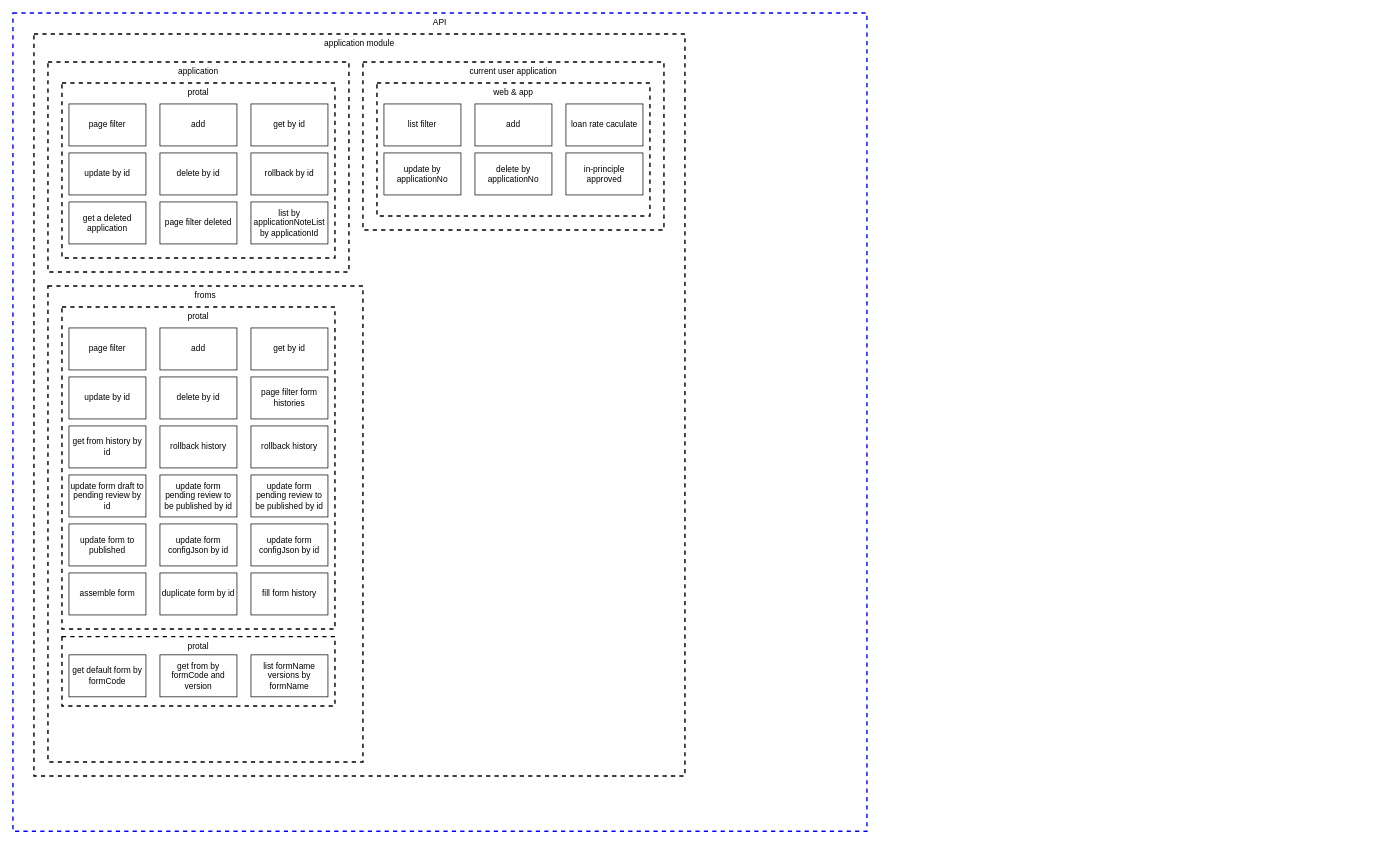
Earlier version of the draw.io diagram user/ocmb-api-classification.drawio (jiangwu85/cloud-config-samples). Source tidied: cells renumbered, new cells numbered last; positions are measured from the earlier drawing's top-left corner, leaving out a move shared by most shapes. Both pictures are drawn from the tidied source at 70%, with x=0, y=0 at pixel (13, 13).
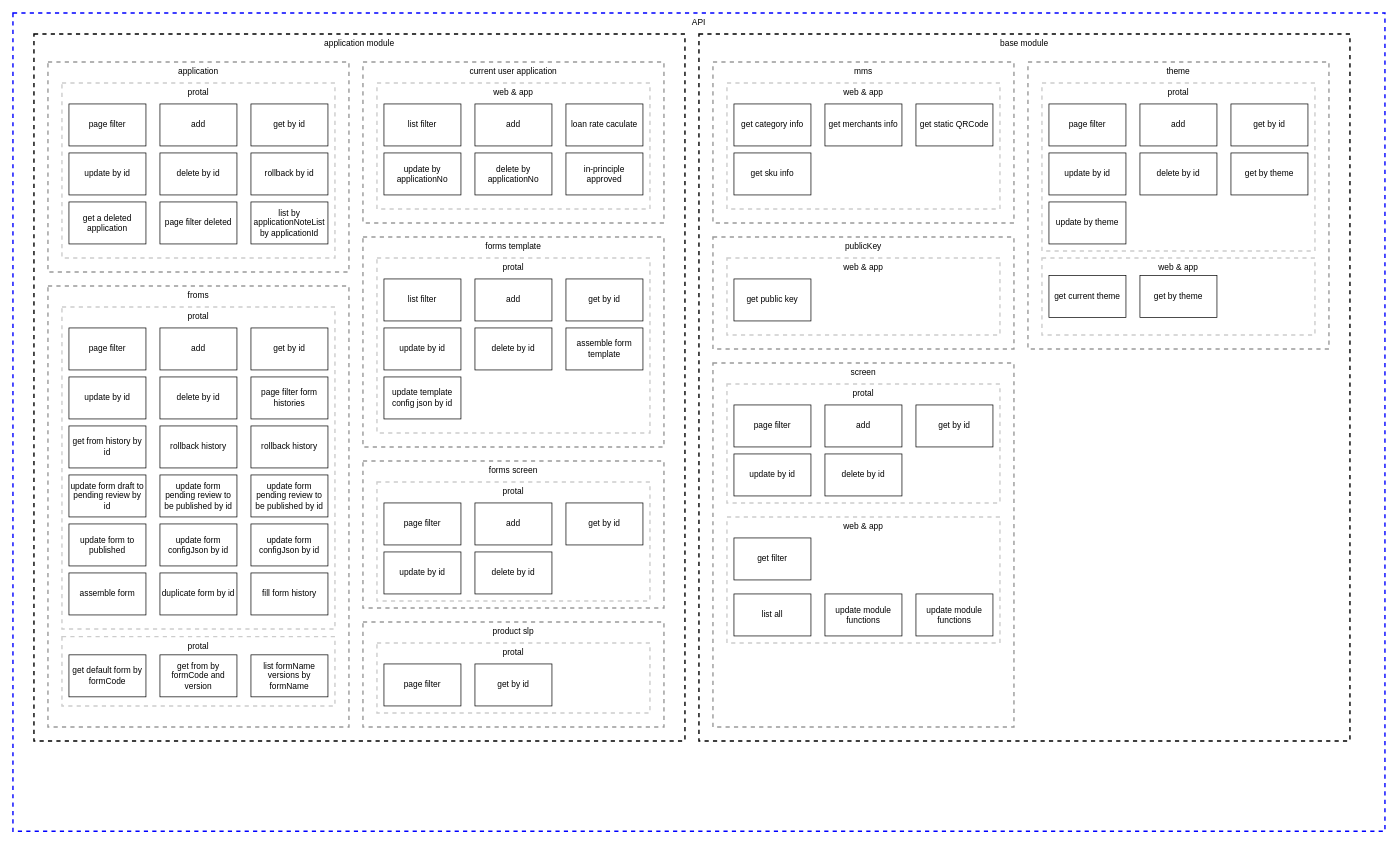
The same diagram, later.

Change to the diagram source:
```diff
@@
     <mxCell id="2" value="&lt;span style=&quot;font-weight: 400;&quot;&gt;API&lt;/span&gt;" style="rounded=0;whiteSpace=wrap;html=1;dashed=1;strokeWidth=2;fillColor=none;verticalAlign=top;fontStyle=1;strokeColor=#0000FF;" parent="1" vertex="1">
-      <mxGeometry width="1220" height="1169" as="geometry" />
+      <mxGeometry width="1960" height="1169" as="geometry" />
     </mxCell>
     <mxCell id="3" value="&lt;span style=&quot;font-weight: 400;&quot;&gt;application&amp;nbsp;module&lt;/span&gt;" style="rounded=0;whiteSpace=wrap;html=1;dashed=1;strokeWidth=2;fillColor=none;verticalAlign=top;fontStyle=1;" parent="1" vertex="1">
-      <mxGeometry x="30" y="30" width="930" height="1060" as="geometry" />
+      <mxGeometry x="30" y="30" width="930" height="1010" as="geometry" />
     </mxCell>
-    <mxCell id="4" value="&lt;span style=&quot;font-weight: 400;&quot;&gt;application&lt;/span&gt;" style="rounded=0;whiteSpace=wrap;html=1;dashed=1;strokeWidth=2;fillColor=none;verticalAlign=top;fontStyle=1;" parent="1" vertex="1">
+    <mxCell id="4" value="&lt;span style=&quot;font-weight: 400;&quot;&gt;application&lt;/span&gt;" style="rounded=0;whiteSpace=wrap;html=1;dashed=1;strokeWidth=2;fillColor=none;verticalAlign=top;fontStyle=1;opacity=40;" parent="1" vertex="1">
       <mxGeometry x="50" y="70" width="430" height="300" as="geometry" />
     </mxCell>
-    <mxCell id="5" value="&lt;span style=&quot;font-weight: 400;&quot;&gt;protal&lt;/span&gt;" style="rounded=0;whiteSpace=wrap;html=1;dashed=1;strokeWidth=2;fillColor=none;verticalAlign=top;fontStyle=1;" parent="1" vertex="1">
+    <mxCell id="5" value="&lt;span style=&quot;font-weight: 400;&quot;&gt;protal&lt;/span&gt;" style="rounded=0;whiteSpace=wrap;html=1;dashed=1;strokeWidth=2;fillColor=none;verticalAlign=top;fontStyle=1;opacity=20;" parent="1" vertex="1">
       <mxGeometry x="70" y="100" width="390" height="250" as="geometry" />
     </mxCell>
@@
-    <mxCell id="15" value="&lt;span style=&quot;font-weight: 400;&quot;&gt;current user application&lt;/span&gt;" style="rounded=0;whiteSpace=wrap;html=1;dashed=1;strokeWidth=2;fillColor=none;verticalAlign=top;fontStyle=1;" parent="1" vertex="1">
-      <mxGeometry x="500" y="70" width="430" height="240" as="geometry" />
+    <mxCell id="15" value="&lt;span style=&quot;font-weight: 400;&quot;&gt;current user application&lt;/span&gt;" style="rounded=0;whiteSpace=wrap;html=1;dashed=1;strokeWidth=2;fillColor=none;verticalAlign=top;fontStyle=1;opacity=40;" parent="1" vertex="1">
+      <mxGeometry x="500" y="70" width="430" height="230" as="geometry" />
     </mxCell>
-    <mxCell id="16" value="&lt;span style=&quot;font-weight: 400;&quot;&gt;web &amp;amp; app&lt;/span&gt;" style="rounded=0;whiteSpace=wrap;html=1;dashed=1;strokeWidth=2;fillColor=none;verticalAlign=top;fontStyle=1;" parent="1" vertex="1">
-      <mxGeometry x="520" y="100" width="390" height="190" as="geometry" />
+    <mxCell id="16" value="&lt;span style=&quot;font-weight: 400;&quot;&gt;web &amp;amp; app&lt;/span&gt;" style="rounded=0;whiteSpace=wrap;html=1;dashed=1;strokeWidth=2;fillColor=none;verticalAlign=top;fontStyle=1;opacity=20;" parent="1" vertex="1">
+      <mxGeometry x="520" y="100" width="390" height="180" as="geometry" />
     </mxCell>
@@
-    <mxCell id="23" value="&lt;span style=&quot;font-weight: 400;&quot;&gt;froms&lt;/span&gt;" style="rounded=0;whiteSpace=wrap;html=1;dashed=1;strokeWidth=2;fillColor=none;verticalAlign=top;fontStyle=1;" parent="1" vertex="1">
-      <mxGeometry x="50" y="390" width="450" height="680" as="geometry" />
+    <mxCell id="23" value="&lt;span style=&quot;font-weight: 400;&quot;&gt;froms&lt;/span&gt;" style="rounded=0;whiteSpace=wrap;html=1;dashed=1;strokeWidth=2;fillColor=none;verticalAlign=top;fontStyle=1;opacity=40;" parent="1" vertex="1">
+      <mxGeometry x="50" y="390" width="430" height="630" as="geometry" />
     </mxCell>
-    <mxCell id="24" value="&lt;span style=&quot;font-weight: 400;&quot;&gt;protal&lt;/span&gt;" style="rounded=0;whiteSpace=wrap;html=1;dashed=1;strokeWidth=2;fillColor=none;verticalAlign=top;fontStyle=1;" parent="1" vertex="1">
+    <mxCell id="24" value="&lt;span style=&quot;font-weight: 400;&quot;&gt;protal&lt;/span&gt;" style="rounded=0;whiteSpace=wrap;html=1;dashed=1;strokeWidth=2;fillColor=none;verticalAlign=top;fontStyle=1;opacity=20;" parent="1" vertex="1">
       <mxGeometry x="70" y="420" width="390" height="460" as="geometry" />
     </mxCell>
@@
-    <mxCell id="43" value="&lt;span style=&quot;font-weight: 400;&quot;&gt;protal&lt;/span&gt;" style="rounded=0;whiteSpace=wrap;html=1;dashed=1;strokeWidth=2;fillColor=none;verticalAlign=top;fontStyle=1;" parent="1" vertex="1">
+    <mxCell id="43" value="&lt;span style=&quot;font-weight: 400;&quot;&gt;protal&lt;/span&gt;" style="rounded=0;whiteSpace=wrap;html=1;dashed=1;strokeWidth=2;fillColor=none;verticalAlign=top;fontStyle=1;opacity=20;" parent="1" vertex="1">
       <mxGeometry x="70" y="891" width="390" height="99" as="geometry" />
     </mxCell>
@@
+    <mxCell id="47" value="&lt;span style=&quot;font-weight: 400;&quot;&gt;forms template&lt;/span&gt;" style="rounded=0;whiteSpace=wrap;html=1;dashed=1;strokeWidth=2;fillColor=none;verticalAlign=top;fontStyle=1;opacity=40;" parent="1" vertex="1">
+      <mxGeometry x="500" y="320" width="430" height="300" as="geometry" />
+    </mxCell>
+    <mxCell id="48" value="&lt;span style=&quot;font-weight: 400;&quot;&gt;protal&lt;/span&gt;" style="rounded=0;whiteSpace=wrap;html=1;dashed=1;strokeWidth=2;fillColor=none;verticalAlign=top;fontStyle=1;opacity=20;" parent="1" vertex="1">
+      <mxGeometry x="520" y="350" width="390" height="250" as="geometry" />
+    </mxCell>
+    <mxCell id="49" value="list filter" style="rounded=0;whiteSpace=wrap;html=1;fontColor=#000000;fillColor=none;" parent="1" vertex="1">
+      <mxGeometry x="530" y="380" width="110" height="60" as="geometry" />
+    </mxCell>
+    <mxCell id="50" value="add" style="rounded=0;whiteSpace=wrap;html=1;fontColor=#000000;fillColor=none;" parent="1" vertex="1">
+      <mxGeometry x="660" y="380" width="110" height="60" as="geometry" />
+    </mxCell>
+    <mxCell id="51" value="get by id" style="rounded=0;whiteSpace=wrap;html=1;fontColor=#000000;fillColor=none;" parent="1" vertex="1">
+      <mxGeometry x="790" y="380" width="110" height="60" as="geometry" />
+    </mxCell>
+    <mxCell id="52" value="update by id" style="rounded=0;whiteSpace=wrap;html=1;fontColor=#000000;fillColor=none;" parent="1" vertex="1">
+      <mxGeometry x="530" y="450" width="110" height="60" as="geometry" />
+    </mxCell>
+    <mxCell id="53" value="delete by id" style="rounded=0;whiteSpace=wrap;html=1;fontColor=#000000;fillColor=none;" parent="1" vertex="1">
+      <mxGeometry x="660" y="450" width="110" height="60" as="geometry" />
+    </mxCell>
+    <mxCell id="54" value="assemble form template" style="rounded=0;whiteSpace=wrap;html=1;fontColor=#000000;fillColor=none;" parent="1" vertex="1">
+      <mxGeometry x="790" y="450" width="110" height="60" as="geometry" />
+    </mxCell>
+    <mxCell id="55" value="update template config json by id" style="rounded=0;whiteSpace=wrap;html=1;fontColor=#000000;fillColor=none;" parent="1" vertex="1">
+      <mxGeometry x="530" y="520" width="110" height="60" as="geometry" />
+    </mxCell>
+    <mxCell id="56" value="&lt;span style=&quot;font-weight: 400;&quot;&gt;forms screen&lt;/span&gt;" style="rounded=0;whiteSpace=wrap;html=1;dashed=1;strokeWidth=2;fillColor=none;verticalAlign=top;fontStyle=1;opacity=40;" parent="1" vertex="1">
+      <mxGeometry x="500" y="640" width="430" height="210" as="geometry" />
+    </mxCell>
+    <mxCell id="57" value="&lt;span style=&quot;font-weight: 400;&quot;&gt;protal&lt;/span&gt;" style="rounded=0;whiteSpace=wrap;html=1;dashed=1;strokeWidth=2;fillColor=none;verticalAlign=top;fontStyle=1;opacity=20;" parent="1" vertex="1">
+      <mxGeometry x="520" y="670" width="390" height="170" as="geometry" />
+    </mxCell>
+    <mxCell id="58" value="page filter" style="rounded=0;whiteSpace=wrap;html=1;fontColor=#000000;fillColor=none;" parent="1" vertex="1">
+      <mxGeometry x="530" y="700" width="110" height="60" as="geometry" />
+    </mxCell>
+    <mxCell id="59" value="add" style="rounded=0;whiteSpace=wrap;html=1;fontColor=#000000;fillColor=none;" parent="1" vertex="1">
+      <mxGeometry x="660" y="700" width="110" height="60" as="geometry" />
+    </mxCell>
+    <mxCell id="60" value="get by id" style="rounded=0;whiteSpace=wrap;html=1;fontColor=#000000;fillColor=none;" parent="1" vertex="1">
+      <mxGeometry x="790" y="700" width="110" height="60" as="geometry" />
+    </mxCell>
+    <mxCell id="61" value="update by id" style="rounded=0;whiteSpace=wrap;html=1;fontColor=#000000;fillColor=none;" parent="1" vertex="1">
+      <mxGeometry x="530" y="770" width="110" height="60" as="geometry" />
+    </mxCell>
+    <mxCell id="62" value="delete by id" style="rounded=0;whiteSpace=wrap;html=1;fontColor=#000000;fillColor=none;" parent="1" vertex="1">
+      <mxGeometry x="660" y="770" width="110" height="60" as="geometry" />
+    </mxCell>
+    <mxCell id="63" value="&lt;span style=&quot;font-weight: 400;&quot;&gt;product slp&lt;/span&gt;" style="rounded=0;whiteSpace=wrap;html=1;dashed=1;strokeWidth=2;fillColor=none;verticalAlign=top;fontStyle=1;opacity=40;" parent="1" vertex="1">
+      <mxGeometry x="500" y="870" width="430" height="150" as="geometry" />
+    </mxCell>
+    <mxCell id="64" value="&lt;span style=&quot;font-weight: 400;&quot;&gt;protal&lt;/span&gt;" style="rounded=0;whiteSpace=wrap;html=1;dashed=1;strokeWidth=2;fillColor=none;verticalAlign=top;fontStyle=1;opacity=20;" parent="1" vertex="1">
+      <mxGeometry x="520" y="900" width="390" height="100" as="geometry" />
+    </mxCell>
+    <mxCell id="65" value="page filter" style="rounded=0;whiteSpace=wrap;html=1;fontColor=#000000;fillColor=none;" parent="1" vertex="1">
+      <mxGeometry x="530" y="930" width="110" height="60" as="geometry" />
+    </mxCell>
+    <mxCell id="66" value="get by id" style="rounded=0;whiteSpace=wrap;html=1;fontColor=#000000;fillColor=none;" parent="1" vertex="1">
+      <mxGeometry x="660" y="930" width="110" height="60" as="geometry" />
+    </mxCell>
+    <mxCell id="67" value="&lt;span style=&quot;font-weight: 400;&quot;&gt;base module&lt;/span&gt;" style="rounded=0;whiteSpace=wrap;html=1;dashed=1;strokeWidth=2;fillColor=none;verticalAlign=top;fontStyle=1;" parent="1" vertex="1">
+      <mxGeometry x="980" y="30" width="930" height="1010" as="geometry" />
+    </mxCell>
+    <mxCell id="68" value="&lt;span style=&quot;font-weight: 400;&quot;&gt;mms&lt;/span&gt;" style="rounded=0;whiteSpace=wrap;html=1;dashed=1;strokeWidth=2;fillColor=none;verticalAlign=top;fontStyle=1;opacity=40;" parent="1" vertex="1">
+      <mxGeometry x="1000" y="70" width="430" height="230" as="geometry" />
+    </mxCell>
+    <mxCell id="69" value="&lt;span style=&quot;font-weight: 400;&quot;&gt;web &amp;amp; app&lt;/span&gt;" style="rounded=0;whiteSpace=wrap;html=1;dashed=1;strokeWidth=2;fillColor=none;verticalAlign=top;fontStyle=1;opacity=20;" parent="1" vertex="1">
+      <mxGeometry x="1020" y="100" width="390" height="180" as="geometry" />
+    </mxCell>
+    <mxCell id="70" value="get category info" style="rounded=0;whiteSpace=wrap;html=1;fontColor=#000000;fillColor=none;" parent="1" vertex="1">
+      <mxGeometry x="1030" y="130" width="110" height="60" as="geometry" />
+    </mxCell>
+    <mxCell id="71" value="get merchants info" style="rounded=0;whiteSpace=wrap;html=1;fontColor=#000000;fillColor=none;" parent="1" vertex="1">
+      <mxGeometry x="1160" y="130" width="110" height="60" as="geometry" />
+    </mxCell>
+    <mxCell id="72" value="get static QRCode" style="rounded=0;whiteSpace=wrap;html=1;fontColor=#000000;fillColor=none;" parent="1" vertex="1">
+      <mxGeometry x="1290" y="130" width="110" height="60" as="geometry" />
+    </mxCell>
+    <mxCell id="73" value="get sku info" style="rounded=0;whiteSpace=wrap;html=1;fontColor=#000000;fillColor=none;" parent="1" vertex="1">
+      <mxGeometry x="1030" y="200" width="110" height="60" as="geometry" />
+    </mxCell>
+    <mxCell id="74" value="&lt;span style=&quot;font-weight: 400;&quot;&gt;publicKey&lt;/span&gt;" style="rounded=0;whiteSpace=wrap;html=1;dashed=1;strokeWidth=2;fillColor=none;verticalAlign=top;fontStyle=1;opacity=40;" parent="1" vertex="1">
+      <mxGeometry x="1000" y="320" width="430" height="160" as="geometry" />
+    </mxCell>
+    <mxCell id="75" value="&lt;span style=&quot;font-weight: 400;&quot;&gt;web &amp;amp; app&lt;/span&gt;" style="rounded=0;whiteSpace=wrap;html=1;dashed=1;strokeWidth=2;fillColor=none;verticalAlign=top;fontStyle=1;opacity=20;" parent="1" vertex="1">
+      <mxGeometry x="1020" y="350" width="390" height="110" as="geometry" />
+    </mxCell>
+    <mxCell id="76" value="get public key" style="rounded=0;whiteSpace=wrap;html=1;fontColor=#000000;fillColor=none;" parent="1" vertex="1">
+      <mxGeometry x="1030" y="380" width="110" height="60" as="geometry" />
+    </mxCell>
+    <mxCell id="77" value="&lt;span style=&quot;font-weight: 400;&quot;&gt;screen&lt;/span&gt;" style="rounded=0;whiteSpace=wrap;html=1;dashed=1;strokeWidth=2;fillColor=none;verticalAlign=top;fontStyle=1;opacity=40;" parent="1" vertex="1">
+      <mxGeometry x="1000" y="500" width="430" height="520" as="geometry" />
+    </mxCell>
+    <mxCell id="78" value="&lt;span style=&quot;font-weight: 400;&quot;&gt;protal&lt;/span&gt;" style="rounded=0;whiteSpace=wrap;html=1;dashed=1;strokeWidth=2;fillColor=none;verticalAlign=top;fontStyle=1;opacity=20;" parent="1" vertex="1">
+      <mxGeometry x="1020" y="530" width="390" height="170" as="geometry" />
+    </mxCell>
+    <mxCell id="79" value="&lt;span style=&quot;font-weight: 400;&quot;&gt;web &amp;amp; app&lt;/span&gt;" style="rounded=0;whiteSpace=wrap;html=1;dashed=1;strokeWidth=2;fillColor=none;verticalAlign=top;fontStyle=1;opacity=20;" parent="1" vertex="1">
+      <mxGeometry x="1020" y="720" width="390" height="180" as="geometry" />
+    </mxCell>
+    <mxCell id="80" value="get filter" style="rounded=0;whiteSpace=wrap;html=1;fontColor=#000000;fillColor=none;" parent="1" vertex="1">
+      <mxGeometry x="1030" y="750" width="110" height="60" as="geometry" />
+    </mxCell>
+    <mxCell id="81" value="list all" style="rounded=0;whiteSpace=wrap;html=1;fontColor=#000000;fillColor=none;" parent="1" vertex="1">
+      <mxGeometry x="1030" y="830" width="110" height="60" as="geometry" />
+    </mxCell>
+    <mxCell id="82" value="update module functions" style="rounded=0;whiteSpace=wrap;html=1;fontColor=#000000;fillColor=none;" parent="1" vertex="1">
+      <mxGeometry x="1160" y="830" width="110" height="60" as="geometry" />
+    </mxCell>
+    <mxCell id="83" value="update module functions" style="rounded=0;whiteSpace=wrap;html=1;fontColor=#000000;fillColor=none;" parent="1" vertex="1">
+      <mxGeometry x="1290" y="830" width="110" height="60" as="geometry" />
+    </mxCell>
+    <mxCell id="84" value="&lt;span style=&quot;font-weight: 400;&quot;&gt;theme&lt;/span&gt;" style="rounded=0;whiteSpace=wrap;html=1;dashed=1;strokeWidth=2;fillColor=none;verticalAlign=top;fontStyle=1;opacity=40;" parent="1" vertex="1">
+      <mxGeometry x="1450" y="70" width="430" height="410" as="geometry" />
+    </mxCell>
+    <mxCell id="85" value="&lt;span style=&quot;font-weight: 400;&quot;&gt;protal&lt;/span&gt;" style="rounded=0;whiteSpace=wrap;html=1;dashed=1;strokeWidth=2;fillColor=none;verticalAlign=top;fontStyle=1;opacity=20;" parent="1" vertex="1">
+      <mxGeometry x="1470" y="100" width="390" height="240" as="geometry" />
+    </mxCell>
+    <mxCell id="86" value="page filter" style="rounded=0;whiteSpace=wrap;html=1;fontColor=#000000;fillColor=none;" parent="1" vertex="1">
+      <mxGeometry x="1480" y="130" width="110" height="60" as="geometry" />
+    </mxCell>
+    <mxCell id="87" value="add" style="rounded=0;whiteSpace=wrap;html=1;fontColor=#000000;fillColor=none;" parent="1" vertex="1">
+      <mxGeometry x="1610" y="130" width="110" height="60" as="geometry" />
+    </mxCell>
+    <mxCell id="88" value="get by id" style="rounded=0;whiteSpace=wrap;html=1;fontColor=#000000;fillColor=none;" parent="1" vertex="1">
+      <mxGeometry x="1740" y="130" width="110" height="60" as="geometry" />
+    </mxCell>
+    <mxCell id="89" value="update by id" style="rounded=0;whiteSpace=wrap;html=1;fontColor=#000000;fillColor=none;" parent="1" vertex="1">
+      <mxGeometry x="1480" y="200" width="110" height="60" as="geometry" />
+    </mxCell>
+    <mxCell id="90" value="delete by id" style="rounded=0;whiteSpace=wrap;html=1;fontColor=#000000;fillColor=none;" parent="1" vertex="1">
+      <mxGeometry x="1610" y="200" width="110" height="60" as="geometry" />
+    </mxCell>
+    <mxCell id="91" value="get by theme" style="rounded=0;whiteSpace=wrap;html=1;fontColor=#000000;fillColor=none;" parent="1" vertex="1">
+      <mxGeometry x="1740" y="200" width="110" height="60" as="geometry" />
+    </mxCell>
+    <mxCell id="92" value="page filter" style="rounded=0;whiteSpace=wrap;html=1;fontColor=#000000;fillColor=none;" parent="1" vertex="1">
+      <mxGeometry x="1030" y="560" width="110" height="60" as="geometry" />
+    </mxCell>
+    <mxCell id="93" value="add" style="rounded=0;whiteSpace=wrap;html=1;fontColor=#000000;fillColor=none;" parent="1" vertex="1">
+      <mxGeometry x="1160" y="560" width="110" height="60" as="geometry" />
+    </mxCell>
+    <mxCell id="94" value="get by id" style="rounded=0;whiteSpace=wrap;html=1;fontColor=#000000;fillColor=none;" parent="1" vertex="1">
+      <mxGeometry x="1290" y="560" width="110" height="60" as="geometry" />
+    </mxCell>
+    <mxCell id="95" value="update by id" style="rounded=0;whiteSpace=wrap;html=1;fontColor=#000000;fillColor=none;" parent="1" vertex="1">
+      <mxGeometry x="1030" y="630" width="110" height="60" as="geometry" />
+    </mxCell>
+    <mxCell id="96" value="delete by id" style="rounded=0;whiteSpace=wrap;html=1;fontColor=#000000;fillColor=none;" parent="1" vertex="1">
+      <mxGeometry x="1160" y="630" width="110" height="60" as="geometry" />
+    </mxCell>
+    <mxCell id="97" value="update by theme" style="rounded=0;whiteSpace=wrap;html=1;fontColor=#000000;fillColor=none;" parent="1" vertex="1">
+      <mxGeometry x="1480" y="270" width="110" height="60" as="geometry" />
+    </mxCell>
+    <mxCell id="98" value="&lt;span style=&quot;font-weight: 400;&quot;&gt;web &amp;amp; app&lt;/span&gt;" style="rounded=0;whiteSpace=wrap;html=1;dashed=1;strokeWidth=2;fillColor=none;verticalAlign=top;fontStyle=1;opacity=20;" parent="1" vertex="1">
+      <mxGeometry x="1470" y="350" width="390" height="110" as="geometry" />
+    </mxCell>
+    <mxCell id="99" value="get current theme" style="rounded=0;whiteSpace=wrap;html=1;fontColor=#000000;fillColor=none;" parent="1" vertex="1">
+      <mxGeometry x="1480" y="375" width="110" height="60" as="geometry" />
+    </mxCell>
+    <mxCell id="100" value="get by theme" style="rounded=0;whiteSpace=wrap;html=1;fontColor=#000000;fillColor=none;" parent="1" vertex="1">
+      <mxGeometry x="1610" y="375" width="110" height="60" as="geometry" />
+    </mxCell>
```
